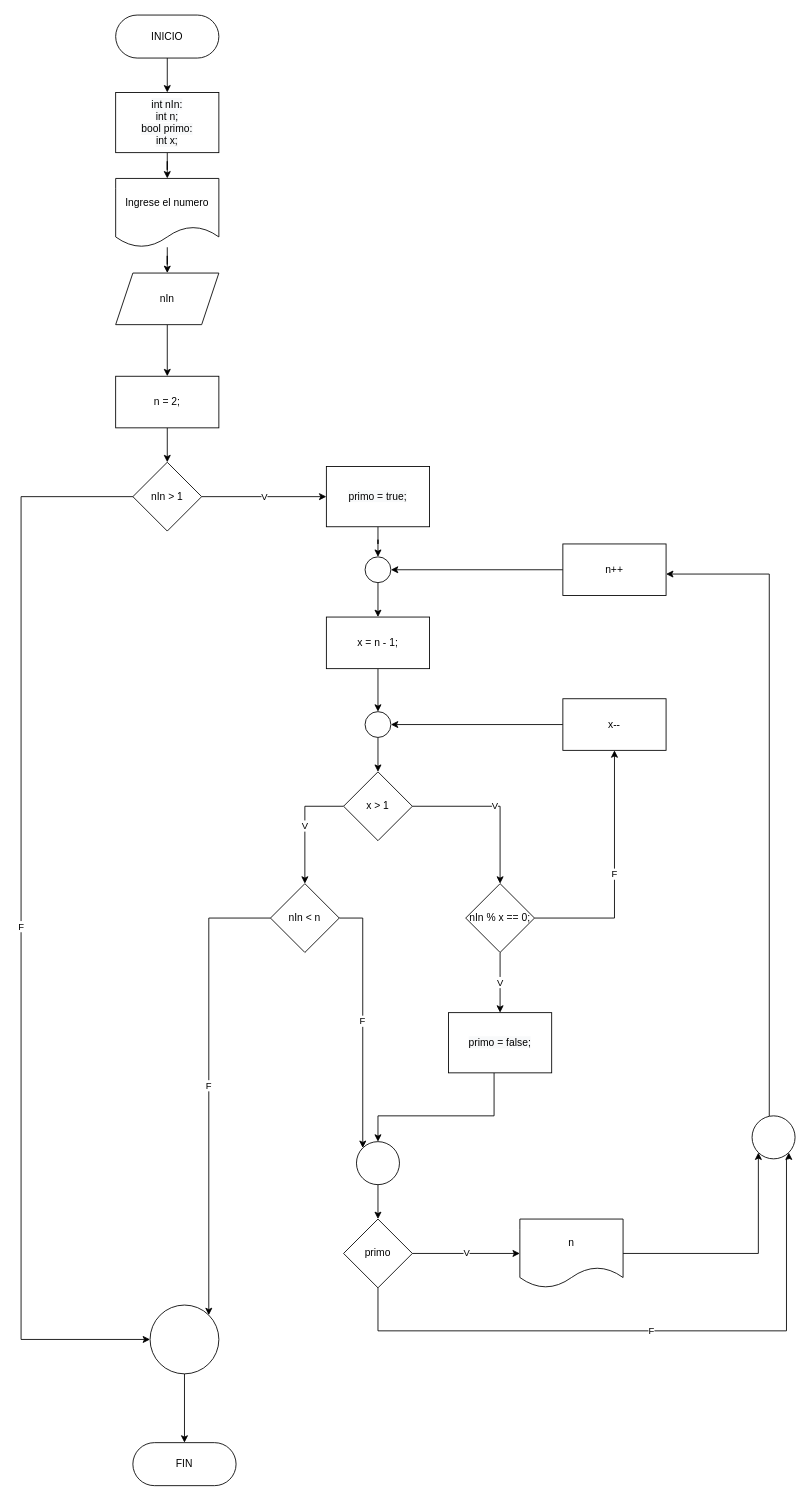
The draw.io diagram Trabajo Práctico Número 1 - Algoritmos y DF/Diagramas/Ejercicio 09.drawio in Fran2109/Algoritmos_y_Estructuras_de_Datos, before the edit. Source tidied: cells renumbered, new cells numbered last; positions are measured from the earlier drawing's top-left corner, leaving out a move shared by most shapes. Both pictures are drawn from the tidied source at 86%, with x=0, y=0 at pixel (21, 15).
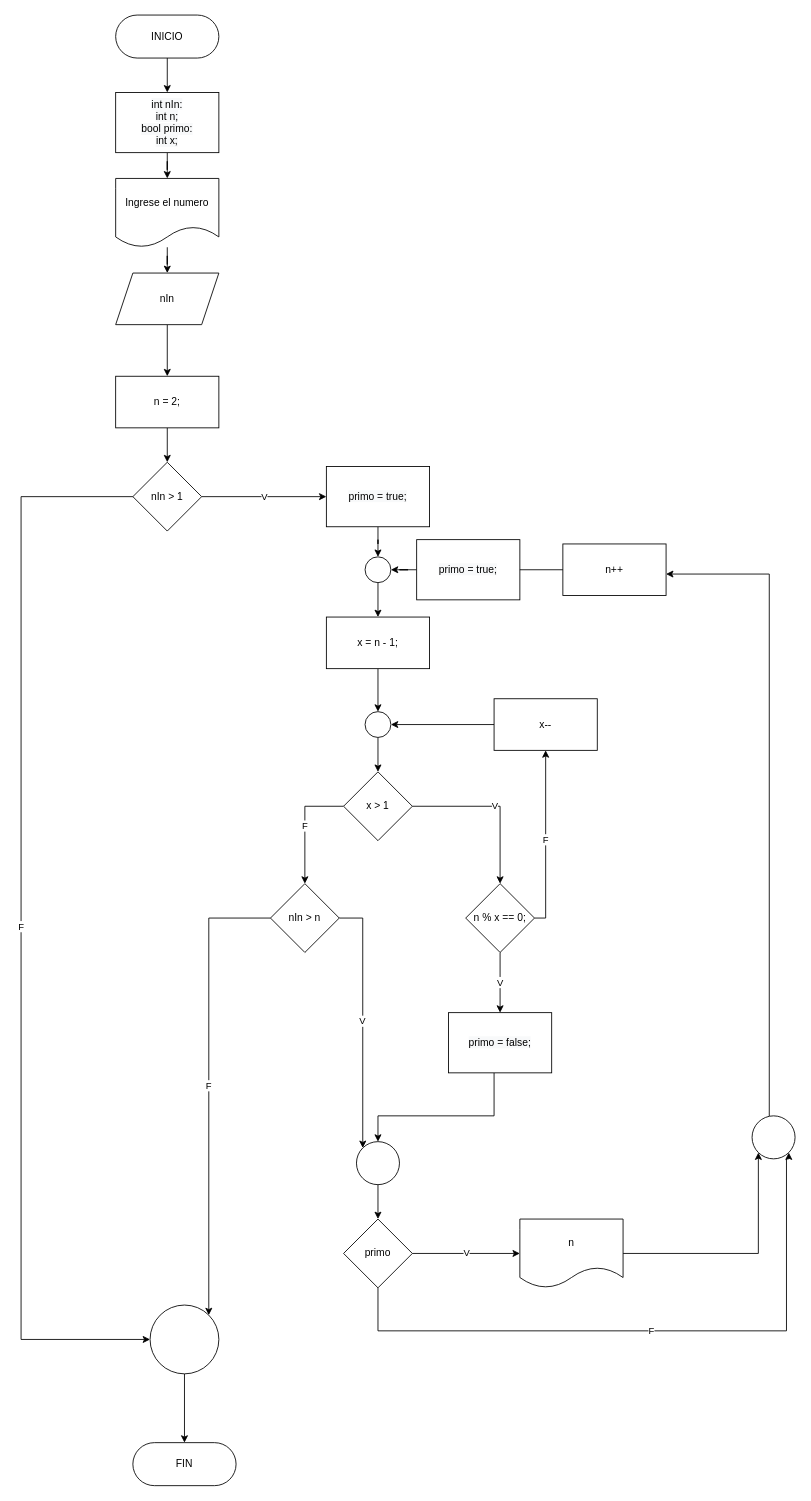
The same page after the edit.

Unchanged cells that the change refers to:
```xml
<mxCell id="15" style="ellipse;whiteSpace=wrap;html=1;" parent="1" vertex="1">
  <mxGeometry x="400" y="630" width="30" height="30" as="geometry" />
</mxCell>
<mxCell id="20" value="x &amp;gt; 1" style="rhombus;whiteSpace=wrap;html=1;" parent="1" vertex="1">
  <mxGeometry x="375" y="880" width="80" height="80" as="geometry" />
</mxCell>
<mxCell id="36" style="ellipse;whiteSpace=wrap;html=1;" parent="1" vertex="1">
  <mxGeometry x="390" y="1310" width="50" height="50" as="geometry" />
</mxCell>
<mxCell id="38" value="n++" style="rounded=0;whiteSpace=wrap;html=1;" parent="1" vertex="1">
  <mxGeometry x="630" y="615" width="120" height="60" as="geometry" />
</mxCell>
```

Change to the diagram source:
```diff
@@
-    <mxCell id="19" value="V" style="edgeStyle=orthogonalEdgeStyle;rounded=0;jettySize=auto;html=1;" parent="1" edge="1" source="20" target="49">
+    <mxCell id="19" value="F" style="edgeStyle=orthogonalEdgeStyle;rounded=0;jettySize=auto;html=1;" parent="1" edge="1" source="20" target="49">
       <mxGeometry relative="1" as="geometry" />
     </mxCell>
@@
     <mxCell id="26" value="F" style="edgeStyle=orthogonalEdgeStyle;rounded=0;jettySize=auto;html=1;" parent="1" edge="1" source="27" target="34">
-      <mxGeometry relative="1" as="geometry" />
+      <mxGeometry relative="1" as="geometry">
+        <Array as="points">
+          <mxPoint x="610" y="1050" />
+        </Array>
+      </mxGeometry>
     </mxCell>
-    <mxCell id="27" value="nIn % x == 0;" style="rhombus;whiteSpace=wrap;html=1;" parent="1" vertex="1">
+    <mxCell id="27" value="n % x == 0;" style="rhombus;whiteSpace=wrap;html=1;" parent="1" vertex="1">
       <mxGeometry x="517" y="1010" width="80" height="80" as="geometry" />
     </mxCell>
@@
     <mxCell id="34" value="x--" style="rounded=0;whiteSpace=wrap;html=1;" parent="1" vertex="1">
-      <mxGeometry x="630" y="795" width="120" height="60" as="geometry" />
+      <mxGeometry x="550" y="795" width="120" height="60" as="geometry" />
     </mxCell>
@@
-    <mxCell id="37" style="edgeStyle=orthogonalEdgeStyle;rounded=0;jettySize=auto;html=1;entryX=1;entryY=0.5;entryDx=0;entryDy=0;" parent="1" edge="1" source="38" target="15">
+    <mxCell id="37" style="edgeStyle=orthogonalEdgeStyle;rounded=0;jettySize=auto;html=1;entryX=1;entryY=0.5;entryDx=0;entryDy=0;startArrow=none;" parent="1" edge="1" source="50" target="15">
       <mxGeometry relative="1" as="geometry" />
     </mxCell>
@@
-    <mxCell id="47" value="F" style="edgeStyle=orthogonalEdgeStyle;rounded=0;jettySize=auto;html=1;entryX=0;entryY=0;entryDx=0;entryDy=0;" parent="1" edge="1" source="49" target="36">
+    <mxCell id="47" value="V" style="edgeStyle=orthogonalEdgeStyle;rounded=0;jettySize=auto;html=1;entryX=0;entryY=0;entryDx=0;entryDy=0;" parent="1" edge="1" source="49" target="36">
       <mxGeometry relative="1" as="geometry" />
     </mxCell>
@@
-    <mxCell id="49" value="nIn &amp;lt; n" style="rhombus;whiteSpace=wrap;html=1;" parent="1" vertex="1">
+    <mxCell id="49" value="nIn &amp;gt; n" style="rhombus;whiteSpace=wrap;html=1;" parent="1" vertex="1">
       <mxGeometry x="290" y="1010" width="80" height="80" as="geometry" />
     </mxCell>
+    <mxCell id="50" value="&lt;span style=&quot;color: rgb(0, 0, 0); font-family: Helvetica; font-size: 12px; font-style: normal; font-variant-ligatures: normal; font-variant-caps: normal; font-weight: 400; letter-spacing: normal; orphans: 2; text-align: center; text-indent: 0px; text-transform: none; widows: 2; word-spacing: 0px; -webkit-text-stroke-width: 0px; background-color: rgb(248, 249, 250); text-decoration-thickness: initial; text-decoration-style: initial; text-decoration-color: initial; float: none; display: inline !important;&quot;&gt;primo = true;&lt;br&gt;&lt;/span&gt;" style="rounded=0;whiteSpace=wrap;html=1;" parent="1" vertex="1">
+      <mxGeometry x="460" y="610" width="120" height="70" as="geometry" />
+    </mxCell>
+    <mxCell id="51" style="edgeStyle=orthogonalEdgeStyle;rounded=0;jettySize=auto;html=1;endArrow=none;" parent="1" edge="1" source="38" target="50">
+      <mxGeometry relative="1" as="geometry" />
+    </mxCell>
```
